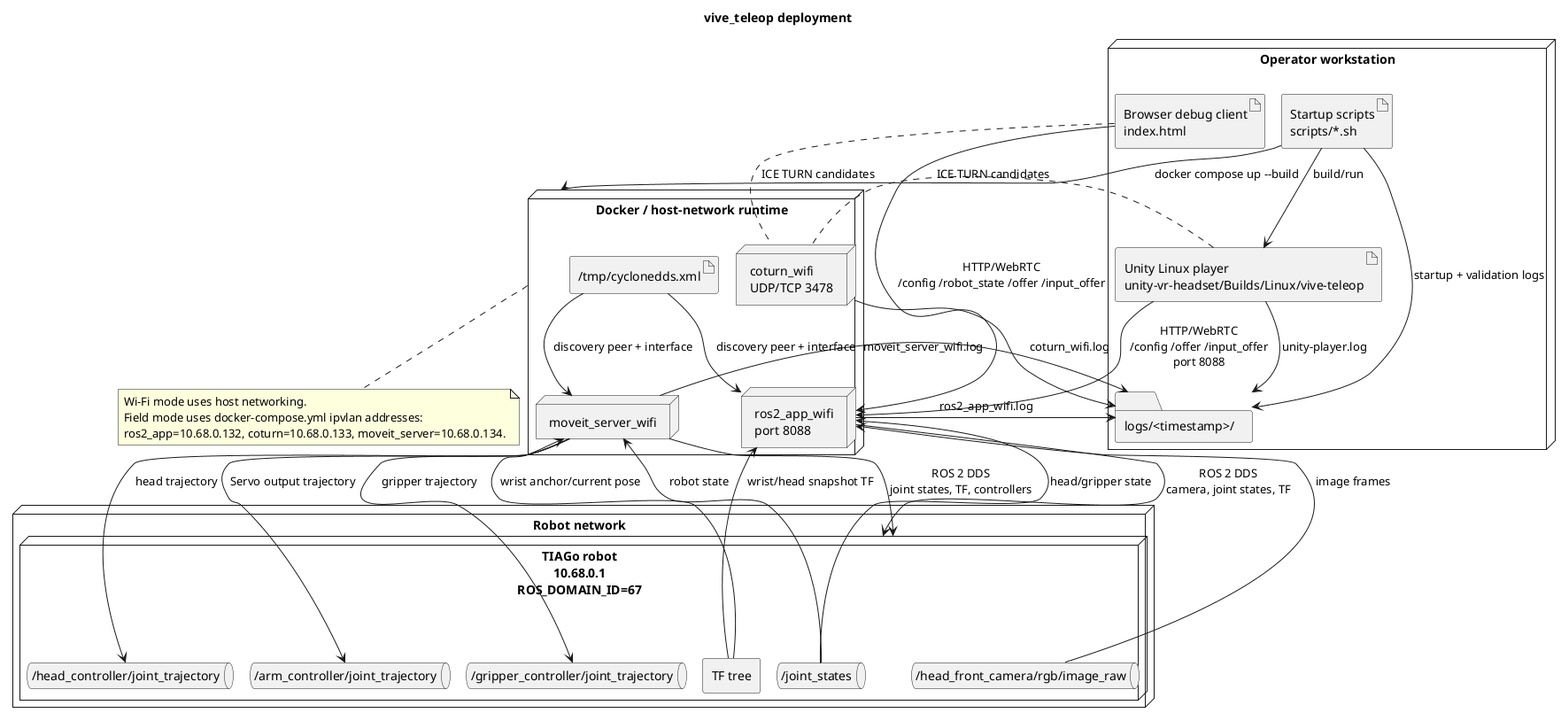
The PlantUML diagram docs/architecture/deployment/deployment.png in ichores-research/vive_teleop, before a commit.
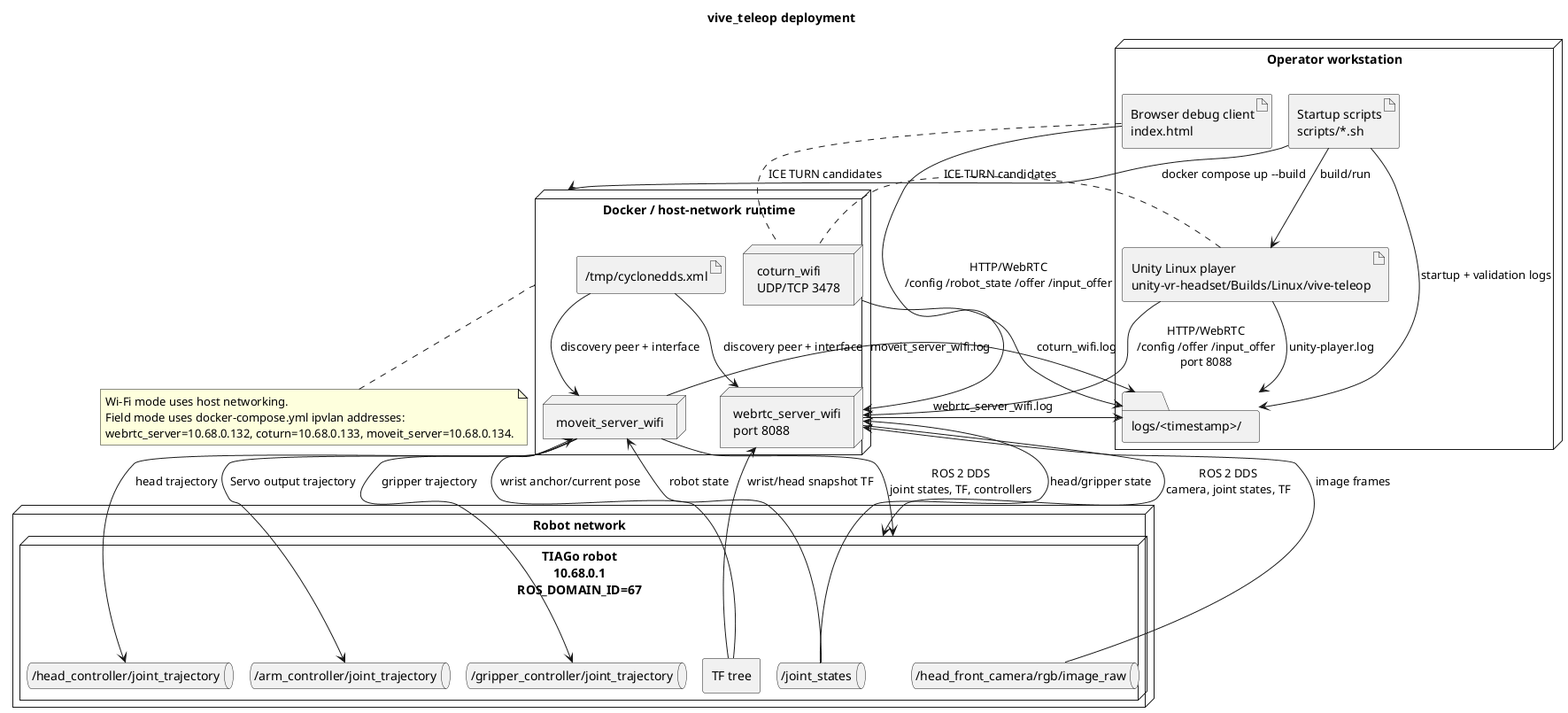
After the commit.

The edit, as a diff of the source:
```diff
@@ -14,7 +14,7 @@
 }
 
 node "Docker / host-network runtime" as Docker {
-  node "ros2_app_wifi\nport 8088" as Ros2App
+  node "webrtc_server_wifi\nport 8088" as WebRtcServer
   node "moveit_server_wifi" as MoveItServer
   node "coturn_wifi\nUDP/TCP 3478" as Coturn
   artifact "/tmp/cyclonedds.xml" as CycloneConfig
@@ -35,23 +35,23 @@
 Scripts --> UnityPlayer : build/run
 Scripts --> Logs : startup + validation logs
 UnityPlayer --> Logs : unity-player.log
-Ros2App --> Logs : ros2_app_wifi.log
+WebRtcServer --> Logs : webrtc_server_wifi.log
 MoveItServer --> Logs : moveit_server_wifi.log
 Coturn --> Logs : coturn_wifi.log
 
-UnityPlayer --> Ros2App : HTTP/WebRTC\n/config /offer /input_offer\nport 8088
-Browser --> Ros2App : HTTP/WebRTC\n/config /robot_state /offer /input_offer
+UnityPlayer --> WebRtcServer : HTTP/WebRTC\n/config /offer /input_offer\nport 8088
+Browser --> WebRtcServer : HTTP/WebRTC\n/config /robot_state /offer /input_offer
 UnityPlayer .. Coturn : ICE TURN candidates
 Browser .. Coturn : ICE TURN candidates
 
-Ros2App --> Robot : ROS 2 DDS\ncamera, joint states, TF
+WebRtcServer --> Robot : ROS 2 DDS\ncamera, joint states, TF
 MoveItServer --> Robot : ROS 2 DDS\njoint states, TF, controllers
-CycloneConfig --> Ros2App : discovery peer + interface
+CycloneConfig --> WebRtcServer : discovery peer + interface
 CycloneConfig --> MoveItServer : discovery peer + interface
 
-Camera --> Ros2App : image frames
-JointStates --> Ros2App : head/gripper state
-TfTree --> Ros2App : wrist/head snapshot TF
+Camera --> WebRtcServer : image frames
+JointStates --> WebRtcServer : head/gripper state
+TfTree --> WebRtcServer : wrist/head snapshot TF
 JointStates --> MoveItServer : robot state
 TfTree --> MoveItServer : wrist anchor/current pose
 MoveItServer --> HeadController : head trajectory
@@ -61,7 +61,7 @@
 note bottom of Docker
   Wi-Fi mode uses host networking.
   Field mode uses docker-compose.yml ipvlan addresses:
-  ros2_app=10.68.0.132, coturn=10.68.0.133, moveit_server=10.68.0.134.
+  webrtc_server=10.68.0.132, coturn=10.68.0.133, moveit_server=10.68.0.134.
 end note
 
 @enduml
```
